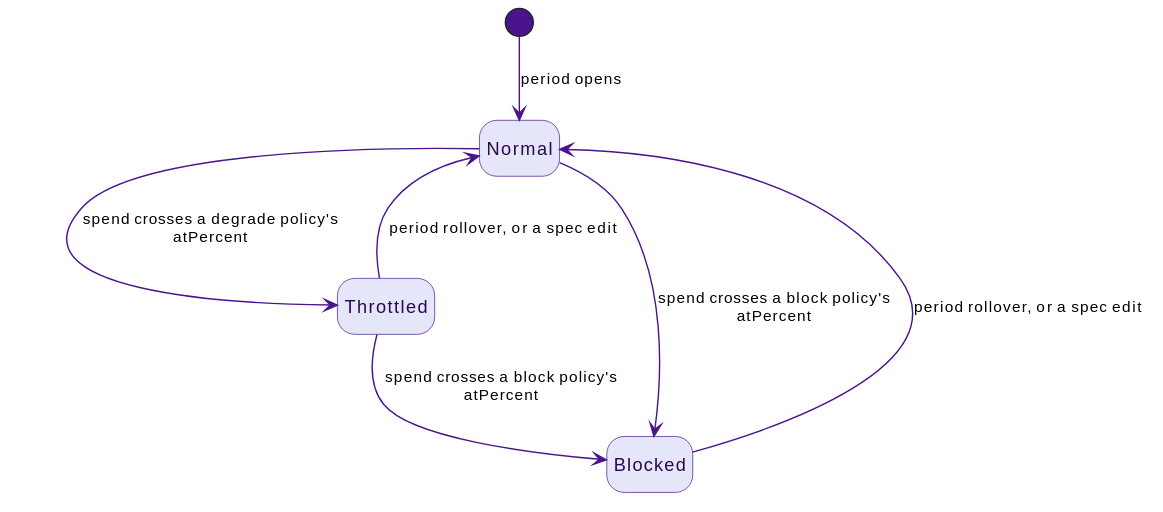
win07xp/kaalm keeps this PlantUML diagram as docs/src/diagrams/budget-namespace-states.svg. Above is the earlier version.
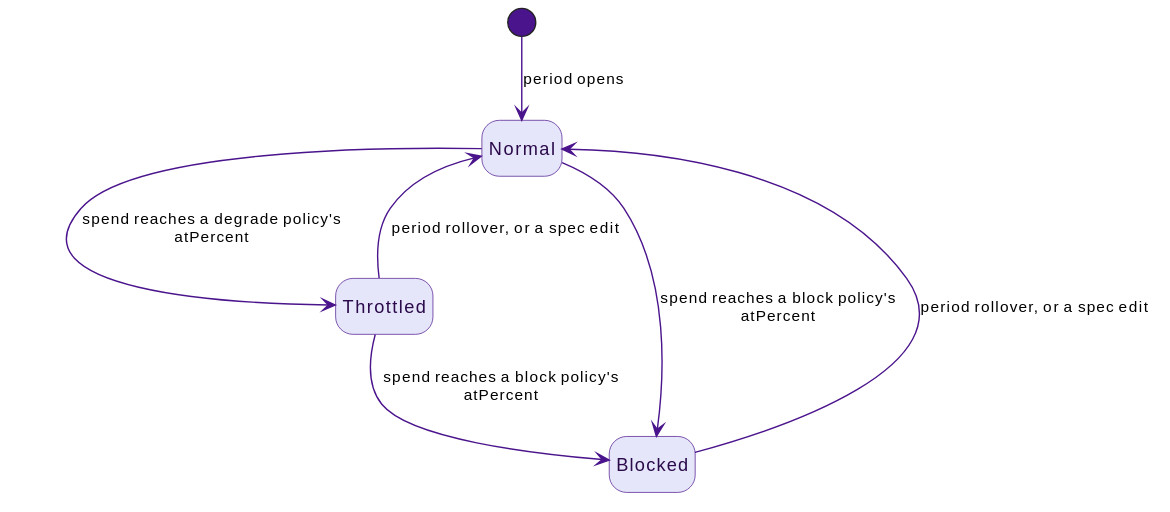
The same file after the commit.

What changed in the source:
```diff
@@ -7,9 +7,9 @@
 
 [*] --> Normal : period opens
 
-Normal --> Throttled : spend crosses a degrade policy's atPercent
-Normal --> Blocked : spend crosses a block policy's atPercent
-Throttled --> Blocked : spend crosses a block policy's atPercent
+Normal --> Throttled : spend reaches a degrade policy's atPercent
+Normal --> Blocked : spend reaches a block policy's atPercent
+Throttled --> Blocked : spend reaches a block policy's atPercent
 
 Blocked --> Normal : period rollover, or a spec edit
 Throttled --> Normal : period rollover, or a spec edit
```
